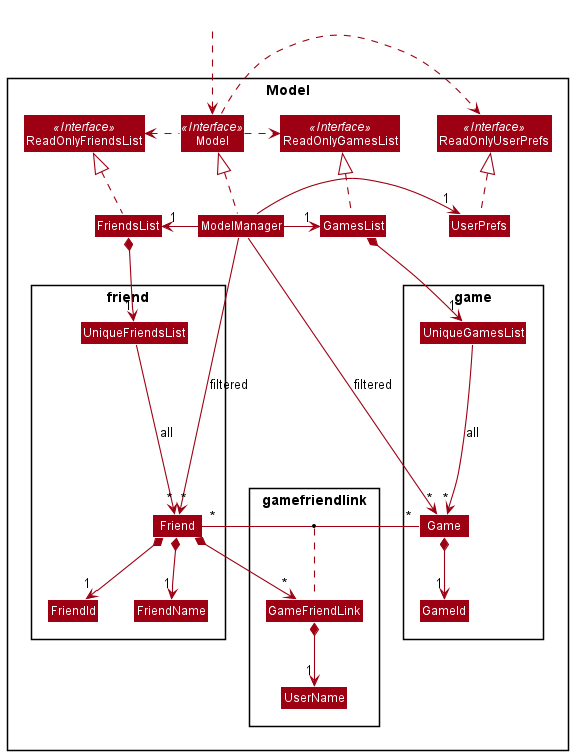
The PlantUML diagram docs/images/ModelClassDiagram.png in nus-cs2103-AY2122S1/tp, before a commit.
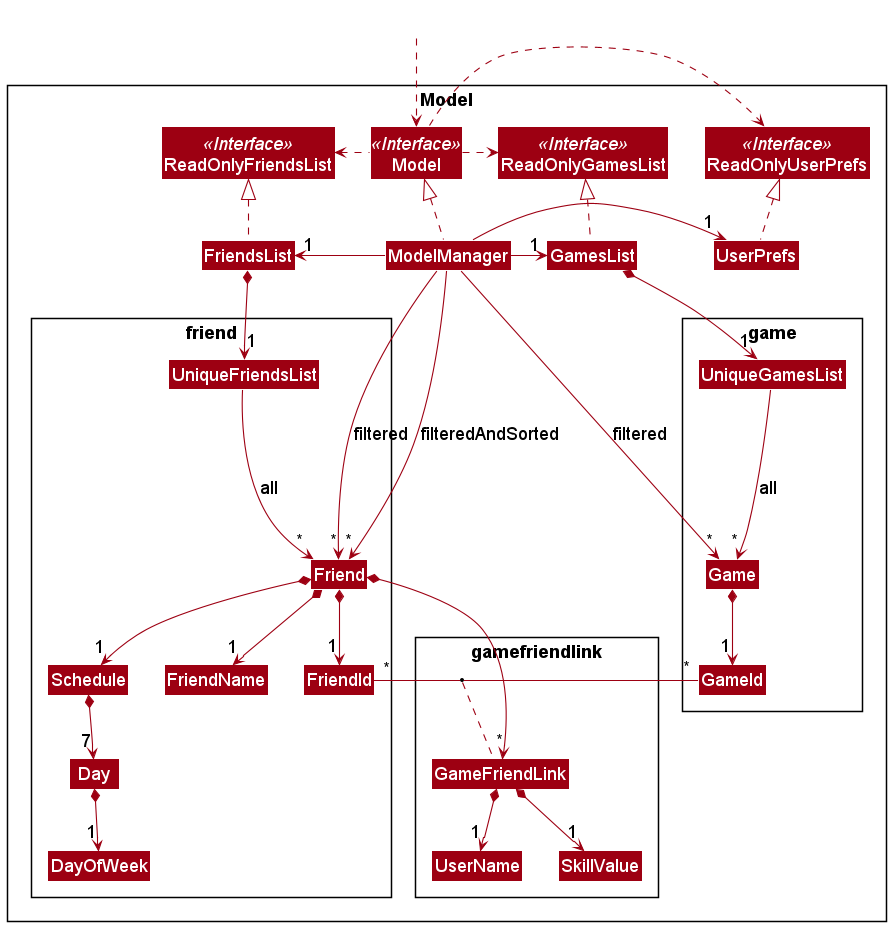
The same file after the commit.

Commit message:
Update 'Model' component in DG

What changed in the source:
```diff
@@ -3,6 +3,7 @@
 skinparam arrowThickness 1.1
 skinparam arrowColor MODEL_COLOR
 skinparam classBackgroundColor MODEL_COLOR
+skinparam defaultFontSize 18
 
 Package Model <<Rectangle>>{
 Interface ReadOnlyFriendsList <<Interface>>
@@ -24,6 +25,9 @@
 Class Friend
 Class FriendId
 Class FriendName
+Class Schedule
+Class Day
+Class DayOfWeek
 }
 
 Package game <<Rectangle>> {
@@ -35,11 +39,10 @@
 Package gamefriendlink {
 Class GameFriendLink
 Class UserName
-Friend "*" - "*" Game
-(Friend, Game) . GameFriendLink
+Class SkillValue
+FriendId "*" - "*" GameId
+(FriendId, GameId) . GameFriendLink
 }
-
-
 }
 
 Class HiddenOutside #FFFFFF
@@ -62,15 +65,23 @@
 UniqueFriendsList ---> "*" Friend : all
 Friend *--> "1" FriendName
 Friend *--> "1" FriendId
-Friend *--> "*" GameFriendLink
+Friend *--> "1" Schedule
+Friend *-> "*" GameFriendLink
+
+Schedule *--> "7" Day
+Day *--> "1" DayOfWeek
+FriendName -[hidden]right-> FriendId
+Schedule -[hidden]right-> FriendName
 
 GamesList *--> "1" UniqueGamesList
 UniqueGamesList ---> "*" Game : all
 Game *--> "1" GameId
 
 GameFriendLink *--> "1" UserName
+GameFriendLink *--> "1" SkillValue
 
 ModelManager ---> "*" Friend : filtered
+ModelManager ---> "*" Friend : filteredAndSorted
 ModelManager ---> "*" Game : filtered
 
 @enduml
```
